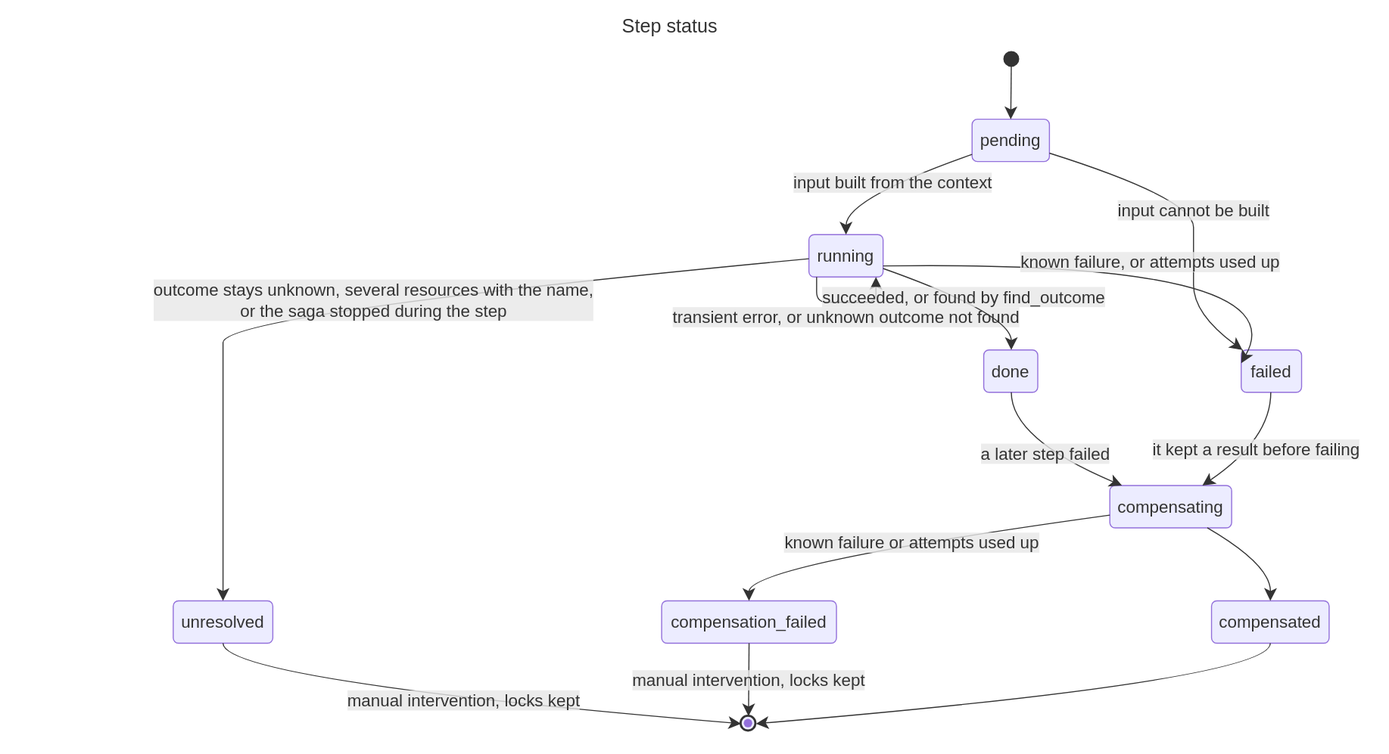
Before: docs/diagrams/15-state-step.drawio.svg, a diagram exported from draw.io (EliShteinman/redis-enterprise-services). Source tidied: cells renumbered, new cells last; positions are measured from the earlier drawing's top-left corner, leaving out a move shared by most shapes.
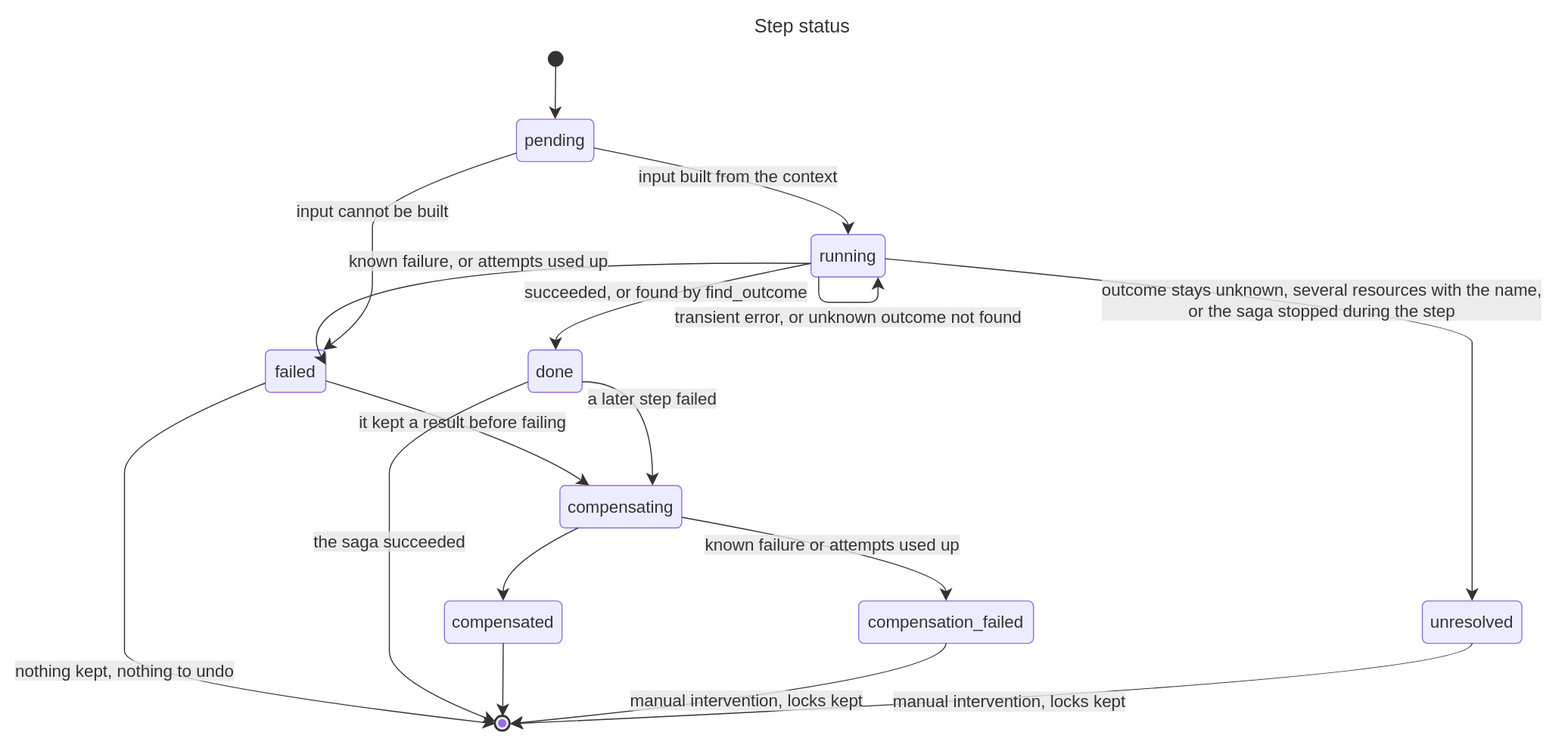
After the change.

The edit, as a diff of the source:
```diff
@@ -3,135 +3,157 @@
     <mxCell id="0" />
     <mxCell id="1" parent="0" />
     <mxCell id="2" style="ellipse;html=1;fillColor=light-dark(#333333,#cccccc);strokeColor=light-dark(#333333,#cccccc);fontColor=light-dark(#333333,#cccccc);fontFamily=Trebuchet MS,Verdana,Arial,sans-serif;fontSize=16;" parent="1" vertex="1">
-      <mxGeometry x="937" y="38" width="14" height="14" as="geometry" />
+      <mxGeometry x="439" y="38" width="14" height="14" as="geometry" />
     </mxCell>
     <mxCell id="3" value="pending" style="rounded=1;absoluteArcSize=1;arcSize=10;html=1;whiteSpace=wrap;strokeWidth=1;fillColor=light-dark(#ECECFF,#1f2020);strokeColor=light-dark(#9370DB,#cccccc);fontColor=light-dark(#333333,#cccccc);fontFamily=Trebuchet MS,Verdana,Arial,sans-serif;fontSize=16;" parent="1" vertex="1">
-      <mxGeometry x="907" y="102" width="73" height="40" as="geometry" />
+      <mxGeometry x="409" y="102" width="73" height="40" as="geometry" />
     </mxCell>
     <mxCell id="4" value="running" style="rounded=1;absoluteArcSize=1;arcSize=10;html=1;whiteSpace=wrap;strokeWidth=1;fillColor=light-dark(#ECECFF,#1f2020);strokeColor=light-dark(#9370DB,#cccccc);fontColor=light-dark(#333333,#cccccc);fontFamily=Trebuchet MS,Verdana,Arial,sans-serif;fontSize=16;" parent="1" vertex="1">
-      <mxGeometry x="753" y="211" width="70" height="40" as="geometry" />
+      <mxGeometry x="687" y="211" width="70" height="40" as="geometry" />
     </mxCell>
     <mxCell id="5" value="failed" style="rounded=1;absoluteArcSize=1;arcSize=10;html=1;whiteSpace=wrap;strokeWidth=1;fillColor=light-dark(#ECECFF,#1f2020);strokeColor=light-dark(#9370DB,#cccccc);fontColor=light-dark(#333333,#cccccc);fontFamily=Trebuchet MS,Verdana,Arial,sans-serif;fontSize=16;" parent="1" vertex="1">
-      <mxGeometry x="1161" y="320" width="57" height="40" as="geometry" />
+      <mxGeometry x="172" y="320" width="57" height="40" as="geometry" />
     </mxCell>
     <mxCell id="6" value="done" style="rounded=1;absoluteArcSize=1;arcSize=10;html=1;whiteSpace=wrap;strokeWidth=1;fillColor=light-dark(#ECECFF,#1f2020);strokeColor=light-dark(#9370DB,#cccccc);fontColor=light-dark(#333333,#cccccc);fontFamily=Trebuchet MS,Verdana,Arial,sans-serif;fontSize=16;" parent="1" vertex="1">
-      <mxGeometry x="918" y="320" width="51" height="40" as="geometry" />
+      <mxGeometry x="420" y="320" width="51" height="40" as="geometry" />
     </mxCell>
     <mxCell id="7" value="unresolved" style="rounded=1;absoluteArcSize=1;arcSize=10;html=1;whiteSpace=wrap;strokeWidth=1;fillColor=light-dark(#ECECFF,#1f2020);strokeColor=light-dark(#9370DB,#cccccc);fontColor=light-dark(#333333,#cccccc);fontFamily=Trebuchet MS,Verdana,Arial,sans-serif;fontSize=16;" parent="1" vertex="1">
-      <mxGeometry x="153" y="557" width="94" height="40" as="geometry" />
+      <mxGeometry x="1264" y="557" width="94" height="40" as="geometry" />
     </mxCell>
     <mxCell id="8" value="compensating" style="rounded=1;absoluteArcSize=1;arcSize=10;html=1;whiteSpace=wrap;strokeWidth=1;fillColor=light-dark(#ECECFF,#1f2020);strokeColor=light-dark(#9370DB,#cccccc);fontColor=light-dark(#333333,#cccccc);fontFamily=Trebuchet MS,Verdana,Arial,sans-serif;fontSize=16;" parent="1" vertex="1">
-      <mxGeometry x="1037" y="448" width="115" height="40" as="geometry" />
+      <mxGeometry x="450" y="448" width="115" height="40" as="geometry" />
     </mxCell>
     <mxCell id="9" value="compensated" style="rounded=1;absoluteArcSize=1;arcSize=10;html=1;whiteSpace=wrap;strokeWidth=1;fillColor=light-dark(#ECECFF,#1f2020);strokeColor=light-dark(#9370DB,#cccccc);fontColor=light-dark(#333333,#cccccc);fontFamily=Trebuchet MS,Verdana,Arial,sans-serif;fontSize=16;" parent="1" vertex="1">
-      <mxGeometry x="1133" y="557" width="111" height="40" as="geometry" />
+      <mxGeometry x="341" y="557" width="111" height="40" as="geometry" />
     </mxCell>
     <mxCell id="10" value="compensation_failed" style="rounded=1;absoluteArcSize=1;arcSize=10;html=1;whiteSpace=wrap;strokeWidth=1;fillColor=light-dark(#ECECFF,#1f2020);strokeColor=light-dark(#9370DB,#cccccc);fontColor=light-dark(#333333,#cccccc);fontFamily=Trebuchet MS,Verdana,Arial,sans-serif;fontSize=16;" parent="1" vertex="1">
-      <mxGeometry x="614" y="557" width="165" height="40" as="geometry" />
+      <mxGeometry x="732" y="557" width="165" height="40" as="geometry" />
     </mxCell>
     <mxCell id="11" style="ellipse;html=1;fillColor=light-dark(#ECECFF,#1f2020);strokeColor=light-dark(#333333,#cccccc);strokeWidth=2;centerRadius=4;centerColor=light-dark(#9370DB,#cccccc);fontColor=light-dark(#333333,#cccccc);fontFamily=Trebuchet MS,Verdana,Arial,sans-serif;fontSize=16;" parent="1" vertex="1">
-      <mxGeometry x="689" y="666" width="14" height="14" as="geometry" />
+      <mxGeometry x="389" y="666" width="14" height="14" as="geometry" />
     </mxCell>
     <mxCell id="12" style="curved=1;startArrow=none;endArrow=classic;endSize=9;fillColor=none;strokeColor=light-dark(#333333,#cccccc);exitX=0.5;exitY=1;entryX=0.5;entryY=0;" parent="1" edge="1" source="2" target="3">
       <mxGeometry relative="1" as="geometry" />
     </mxCell>
-    <mxCell id="13" value="input built from the context" style="curved=1;startArrow=none;endArrow=classic;endSize=9;fillColor=none;strokeColor=light-dark(#333333,#cccccc);html=1;fontSize=16;labelBackgroundColor=#E8E8E88D;fontFamily=Trebuchet MS,Verdana,Arial,sans-serif;fontColor=light-dark(#333333,#cccccc);exitX=0;exitY=0.83;entryX=0.5;entryY=0;" parent="1" edge="1" source="3" target="4">
+    <mxCell id="13" value="input built from the context" style="curved=1;startArrow=none;endArrow=classic;endSize=9;fillColor=none;strokeColor=light-dark(#333333,#cccccc);html=1;fontSize=16;labelBackgroundColor=#E8E8E88D;fontFamily=Trebuchet MS,Verdana,Arial,sans-serif;fontColor=light-dark(#333333,#cccccc);exitX=1;exitY=0.68;entryX=0.5;entryY=0;" parent="1" edge="1" source="3" target="4">
       <mxGeometry relative="1" as="geometry">
         <Array as="points">
-          <mxPoint x="788" y="177" />
+          <mxPoint x="722" y="177" />
         </Array>
       </mxGeometry>
     </mxCell>
-    <mxCell id="14" value="input cannot be built" style="curved=1;startArrow=none;endArrow=classic;endSize=9;fillColor=none;strokeColor=light-dark(#333333,#cccccc);html=1;fontSize=16;labelBackgroundColor=#E8E8E88D;fontFamily=Trebuchet MS,Verdana,Arial,sans-serif;fontColor=light-dark(#333333,#cccccc);exitX=1;exitY=0.8;entryX=0.02;entryY=0;" parent="1" edge="1" source="3" target="5">
+    <mxCell id="14" value="input cannot be built" style="curved=1;startArrow=none;endArrow=classic;endSize=9;fillColor=none;strokeColor=light-dark(#333333,#cccccc);html=1;fontSize=16;labelBackgroundColor=#E8E8E88D;fontFamily=Trebuchet MS,Verdana,Arial,sans-serif;fontColor=light-dark(#333333,#cccccc);exitX=0;exitY=0.8;entryX=0.96;entryY=0;" parent="1" edge="1" source="3" target="5">
       <mxGeometry relative="1" as="geometry">
         <Array as="points">
-          <mxPoint x="1116" y="177" />
-          <mxPoint x="1116" y="231" />
-          <mxPoint x="1116" y="286" />
+          <mxPoint x="273" y="177" />
+          <mxPoint x="273" y="231" />
+          <mxPoint x="273" y="286" />
         </Array>
       </mxGeometry>
     </mxCell>
     <mxCell id="15" value="transient error, or unknown outcome not found" style="startArrow=none;endArrow=classic;endSize=9;fillColor=none;strokeColor=light-dark(#333333,#cccccc);html=1;fontSize=16;labelBackgroundColor=#E8E8E88D;fontFamily=Trebuchet MS,Verdana,Arial,sans-serif;fontColor=light-dark(#333333,#cccccc);curved=0;rounded=1;arcSize=20;exitX=0.104;exitY=1;entryX=0.904;entryY=1;" parent="1" edge="1" source="4" target="4">
       <mxGeometry relative="1" as="geometry">
         <Array as="points">
-          <mxPoint x="760.2" y="275" />
-          <mxPoint x="816.2" y="275" />
+          <mxPoint x="694.2" y="275" />
+          <mxPoint x="750.2" y="275" />
         </Array>
         <mxPoint y="14" as="offset" />
       </mxGeometry>
     </mxCell>
-    <mxCell id="16" value="succeeded, or found by find_outcome" style="curved=1;startArrow=none;endArrow=classic;endSize=9;fillColor=none;strokeColor=light-dark(#333333,#cccccc);html=1;fontSize=16;labelBackgroundColor=#E8E8E88D;fontFamily=Trebuchet MS,Verdana,Arial,sans-serif;fontColor=light-dark(#333333,#cccccc);exitX=1;exitY=0.8;entryX=0.51;entryY=0;" parent="1" edge="1" source="4" target="6">
+    <mxCell id="16" value="succeeded, or found by find_outcome" style="curved=1;startArrow=none;endArrow=classic;endSize=9;fillColor=none;strokeColor=light-dark(#333333,#cccccc);html=1;fontSize=16;labelBackgroundColor=#E8E8E88D;fontFamily=Trebuchet MS,Verdana,Arial,sans-serif;fontColor=light-dark(#333333,#cccccc);exitX=0;exitY=0.68;entryX=0.51;entryY=0;" parent="1" edge="1" source="4" target="6">
       <mxGeometry relative="1" as="geometry">
         <Array as="points">
-          <mxPoint x="944" y="286" />
+          <mxPoint x="446" y="286" />
         </Array>
       </mxGeometry>
     </mxCell>
-    <mxCell id="17" value="known failure, or attempts used up" style="curved=1;startArrow=none;endArrow=classic;endSize=9;fillColor=none;strokeColor=light-dark(#333333,#cccccc);html=1;fontSize=16;labelBackgroundColor=#E8E8E88D;fontFamily=Trebuchet MS,Verdana,Arial,sans-serif;fontColor=light-dark(#333333,#cccccc);exitX=1;exitY=0.74;entryX=0;entryY=0.31;" parent="1" edge="1" source="4" target="5">
+    <mxCell id="17" value="known failure, or attempts used up" style="curved=1;startArrow=none;endArrow=classic;endSize=9;fillColor=none;strokeColor=light-dark(#333333,#cccccc);html=1;fontSize=16;labelBackgroundColor=#E8E8E88D;fontFamily=Trebuchet MS,Verdana,Arial,sans-serif;fontColor=light-dark(#333333,#cccccc);exitX=0;exitY=0.68;entryX=1;entryY=0.35;" parent="1" edge="1" source="4" target="5">
       <mxGeometry relative="1" as="geometry">
         <Array as="points">
-          <mxPoint x="1216" y="235" />
+          <mxPoint x="173" y="234" />
         </Array>
       </mxGeometry>
     </mxCell>
-    <mxCell id="18" value="outcome stays unknown, several resources with the name,&#10;or the saga stopped during the step" style="curved=1;startArrow=none;endArrow=classic;endSize=9;fillColor=none;strokeColor=light-dark(#333333,#cccccc);html=1;fontSize=16;labelBackgroundColor=#E8E8E88D;fontFamily=Trebuchet MS,Verdana,Arial,sans-serif;fontColor=light-dark(#333333,#cccccc);exitX=0;exitY=0.57;entryX=0.5;entryY=0;" parent="1" edge="1" source="4" target="7">
+    <mxCell id="18" value="outcome stays unknown, several resources with the name,&#10;or the saga stopped during the step" style="curved=1;startArrow=none;endArrow=classic;endSize=9;fillColor=none;strokeColor=light-dark(#333333,#cccccc);html=1;fontSize=16;labelBackgroundColor=#E8E8E88D;fontFamily=Trebuchet MS,Verdana,Arial,sans-serif;fontColor=light-dark(#333333,#cccccc);exitX=1;exitY=0.57;entryX=0.5;entryY=0;" parent="1" edge="1" source="4" target="7">
       <mxGeometry relative="1" as="geometry">
         <Array as="points">
-          <mxPoint x="200" y="286" />
-          <mxPoint x="200" y="340" />
-          <mxPoint x="200" y="404" />
-          <mxPoint x="200" y="468" />
-          <mxPoint x="200" y="523" />
+          <mxPoint x="1311" y="286" />
+          <mxPoint x="1311" y="340" />
+          <mxPoint x="1311" y="404" />
+          <mxPoint x="1311" y="468" />
+          <mxPoint x="1311" y="523" />
         </Array>
       </mxGeometry>
     </mxCell>
-    <mxCell id="19" value="a later step failed" style="curved=1;startArrow=none;endArrow=classic;endSize=9;fillColor=none;strokeColor=light-dark(#333333,#cccccc);html=1;fontSize=16;labelBackgroundColor=#E8E8E88D;fontFamily=Trebuchet MS,Verdana,Arial,sans-serif;fontColor=light-dark(#333333,#cccccc);exitX=0.51;exitY=1;entryX=0.1;entryY=0;" parent="1" edge="1" source="6" target="8">
+    <mxCell id="19" value="a later step failed" style="curved=1;startArrow=none;endArrow=classic;endSize=9;fillColor=none;strokeColor=light-dark(#333333,#cccccc);html=1;fontSize=16;labelBackgroundColor=#E8E8E88D;fontFamily=Trebuchet MS,Verdana,Arial,sans-serif;fontColor=light-dark(#333333,#cccccc);exitX=1;exitY=0.75;entryX=0.76;entryY=0;" parent="1" edge="1" source="6" target="8">
       <mxGeometry relative="1" as="geometry">
         <Array as="points">
-          <mxPoint x="944" y="404" />
+          <mxPoint x="537" y="350" />
         </Array>
       </mxGeometry>
     </mxCell>
-    <mxCell id="20" value="it kept a result before failing" style="curved=1;startArrow=none;endArrow=classic;endSize=9;fillColor=none;strokeColor=light-dark(#333333,#cccccc);html=1;fontSize=16;labelBackgroundColor=#E8E8E88D;fontFamily=Trebuchet MS,Verdana,Arial,sans-serif;fontColor=light-dark(#333333,#cccccc);exitX=0.49;exitY=1;entryX=0.76;entryY=0;" parent="1" edge="1" source="5" target="8">
+    <mxCell id="20" value="it kept a result before failing" style="curved=1;startArrow=none;endArrow=classic;endSize=9;fillColor=none;strokeColor=light-dark(#333333,#cccccc);html=1;fontSize=16;labelBackgroundColor=#E8E8E88D;fontFamily=Trebuchet MS,Verdana,Arial,sans-serif;fontColor=light-dark(#333333,#cccccc);exitX=1;exitY=0.73;entryX=0.24;entryY=0;" parent="1" edge="1" source="5" target="8">
       <mxGeometry relative="1" as="geometry">
         <Array as="points">
-          <mxPoint x="1189" y="404" />
+          <mxPoint x="413" y="404" />
         </Array>
       </mxGeometry>
     </mxCell>
-    <mxCell id="21" style="curved=1;startArrow=none;endArrow=classic;endSize=9;fillColor=none;strokeColor=light-dark(#333333,#cccccc);exitX=0.8;exitY=1;entryX=0.5;entryY=0;" parent="1" edge="1" source="8" target="9">
+    <mxCell id="21" style="curved=1;startArrow=none;endArrow=classic;endSize=9;fillColor=none;strokeColor=light-dark(#333333,#cccccc);exitX=0.15;exitY=1;entryX=0.5;entryY=0;" parent="1" edge="1" source="8" target="9">
       <mxGeometry relative="1" as="geometry">
         <Array as="points">
-          <mxPoint x="1189" y="523" />
+          <mxPoint x="396" y="523" />
         </Array>
       </mxGeometry>
     </mxCell>
-    <mxCell id="22" value="known failure or attempts used up" style="curved=1;startArrow=none;endArrow=classic;endSize=9;fillColor=none;strokeColor=light-dark(#333333,#cccccc);html=1;fontSize=16;labelBackgroundColor=#E8E8E88D;fontFamily=Trebuchet MS,Verdana,Arial,sans-serif;fontColor=light-dark(#333333,#cccccc);exitX=0;exitY=0.7;entryX=0.5;entryY=0;" parent="1" edge="1" source="8" target="10">
+    <mxCell id="22" value="known failure or attempts used up" style="curved=1;startArrow=none;endArrow=classic;endSize=9;fillColor=none;strokeColor=light-dark(#333333,#cccccc);html=1;fontSize=16;labelBackgroundColor=#E8E8E88D;fontFamily=Trebuchet MS,Verdana,Arial,sans-serif;fontColor=light-dark(#333333,#cccccc);exitX=1;exitY=0.75;entryX=0.5;entryY=0;" parent="1" edge="1" source="8" target="10">
       <mxGeometry relative="1" as="geometry">
         <Array as="points">
-          <mxPoint x="696" y="523" />
+          <mxPoint x="814" y="523" />
         </Array>
       </mxGeometry>
     </mxCell>
-    <mxCell id="23" value="manual intervention, locks kept" style="curved=1;startArrow=none;endArrow=classic;endSize=9;fillColor=none;strokeColor=light-dark(#333333,#cccccc);html=1;fontSize=16;labelBackgroundColor=#E8E8E88D;fontFamily=Trebuchet MS,Verdana,Arial,sans-serif;fontColor=light-dark(#333333,#cccccc);exitX=0.5;exitY=1;entryX=0;entryY=0.43;" parent="1" edge="1" source="7" target="11">
+    <mxCell id="23" value="manual intervention, locks kept" style="curved=1;startArrow=none;endArrow=classic;endSize=9;fillColor=none;strokeColor=light-dark(#333333,#cccccc);html=1;fontSize=16;labelBackgroundColor=#E8E8E88D;fontFamily=Trebuchet MS,Verdana,Arial,sans-serif;fontColor=light-dark(#333333,#cccccc);exitX=0.5;exitY=1;entryX=1;entryY=0.5;" parent="1" edge="1" source="7" target="11">
       <mxGeometry relative="1" as="geometry">
         <Array as="points">
-          <mxPoint x="200" y="632" />
+          <mxPoint x="1311" y="632" />
         </Array>
       </mxGeometry>
     </mxCell>
-    <mxCell id="24" value="manual intervention, locks kept" style="curved=1;startArrow=none;endArrow=classic;endSize=9;fillColor=none;strokeColor=light-dark(#333333,#cccccc);html=1;fontSize=16;labelBackgroundColor=#E8E8E88D;fontFamily=Trebuchet MS,Verdana,Arial,sans-serif;fontColor=light-dark(#333333,#cccccc);exitX=0.5;exitY=1;entryX=0.5;entryY=0;" parent="1" edge="1" source="10" target="11">
-      <mxGeometry relative="1" as="geometry" />
+    <mxCell id="24" value="manual intervention, locks kept" style="curved=1;startArrow=none;endArrow=classic;endSize=9;fillColor=none;strokeColor=light-dark(#333333,#cccccc);html=1;fontSize=16;labelBackgroundColor=#E8E8E88D;fontFamily=Trebuchet MS,Verdana,Arial,sans-serif;fontColor=light-dark(#333333,#cccccc);exitX=0.5;exitY=1;entryX=1;entryY=0.43;" parent="1" edge="1" source="10" target="11">
+      <mxGeometry relative="1" as="geometry">
+        <Array as="points">
+          <mxPoint x="814" y="632" />
+        </Array>
+      </mxGeometry>
     </mxCell>
-    <mxCell id="25" style="curved=1;startArrow=none;endArrow=classic;endSize=9;fillColor=none;strokeColor=light-dark(#333333,#cccccc);exitX=0.5;exitY=1;entryX=1;entryY=0.43;" parent="1" edge="1" source="9" target="11">
-      <mxGeometry relative="1" as="geometry">
-        <Array as="points">
-          <mxPoint x="1189" y="632" />
-        </Array>
-      </mxGeometry>
+    <mxCell id="25" style="curved=1;startArrow=none;endArrow=classic;endSize=9;fillColor=none;strokeColor=light-dark(#333333,#cccccc);exitX=0.5;exitY=1;entryX=0.5;entryY=0;" parent="1" edge="1" source="9" target="11">
+      <mxGeometry relative="1" as="geometry" />
     </mxCell>
-    <mxCell id="26" value="Step status" style="text;strokeColor=none;fillColor=none;align=center;verticalAlign=middle;fontSize=18;fontColor=light-dark(#333333,#cccccc);fontFamily=trebuchet ms,verdana,arial,sans-serif;" parent="1" vertex="1">
-      <mxGeometry width="1244" height="25" as="geometry" />
+    <mxCell id="26" value="the saga succeeded" style="curved=1;startArrow=none;endArrow=classic;endSize=9;fillColor=none;strokeColor=light-dark(#333333,#cccccc);html=1;fontSize=16;labelBackgroundColor=#E8E8E88D;fontFamily=Trebuchet MS,Verdana,Arial,sans-serif;fontColor=light-dark(#333333,#cccccc);exitX=0;exitY=0.75;entryX=0;entryY=0.29;" parent="1" edge="1" source="6" target="11">
+      <mxGeometry relative="1" as="geometry">
+        <Array as="points">
+          <mxPoint x="289" y="404" />
+          <mxPoint x="289" y="468" />
+          <mxPoint x="289" y="523" />
+          <mxPoint x="289" y="577" />
+          <mxPoint x="289" y="632" />
+        </Array>
+      </mxGeometry>
     </mxCell>
+    <mxCell id="27" value="nothing kept, nothing to undo" style="curved=1;startArrow=none;endArrow=classic;endSize=9;fillColor=none;strokeColor=light-dark(#333333,#cccccc);html=1;fontSize=16;labelBackgroundColor=#E8E8E88D;fontFamily=Trebuchet MS,Verdana,Arial,sans-serif;fontColor=light-dark(#333333,#cccccc);exitX=0;exitY=0.78;entryX=0;entryY=0.43;" parent="1" edge="1" source="5" target="11">
+      <mxGeometry relative="1" as="geometry">
+        <Array as="points">
+          <mxPoint x="39" y="404" />
+          <mxPoint x="39" y="468" />
+          <mxPoint x="39" y="523" />
+          <mxPoint x="39" y="577" />
+          <mxPoint x="39" y="632" />
+        </Array>
+      </mxGeometry>
+    </mxCell>
+    <mxCell id="28" value="Step status" style="text;strokeColor=none;fillColor=none;align=center;verticalAlign=middle;fontSize=18;fontColor=light-dark(#333333,#cccccc);fontFamily=trebuchet ms,verdana,arial,sans-serif;" parent="1" vertex="1">
+      <mxGeometry width="1358" height="25" as="geometry" />
+    </mxCell>
   </root>
 </mxGraphModel>
```
